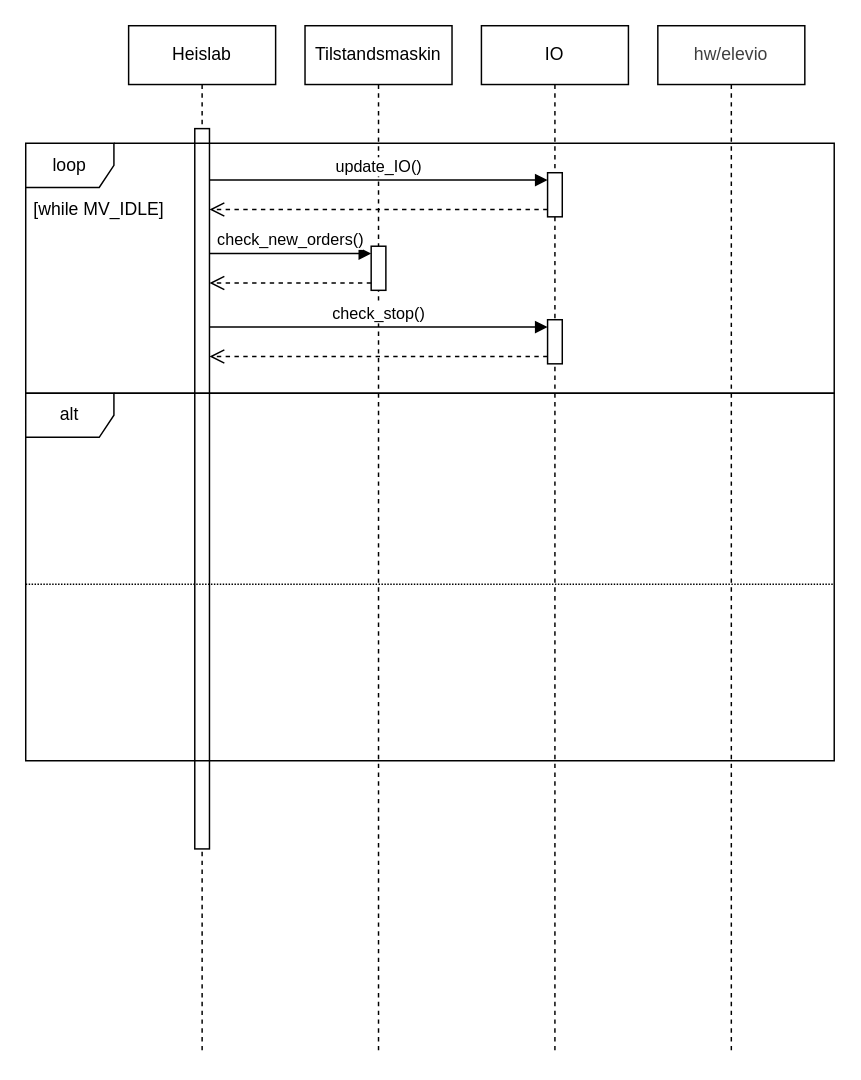
The draw.io diagram plans/sekvens_diagram_init.drawio in Wiacer/Heislab, before the edit. Source tidied: cells renumbered, new cells numbered last; positions are measured from the earlier drawing's top-left corner, leaving out a move shared by most shapes. Both pictures are drawn from the tidied source at 147%, with x=0, y=0 at pixel (25, 25).
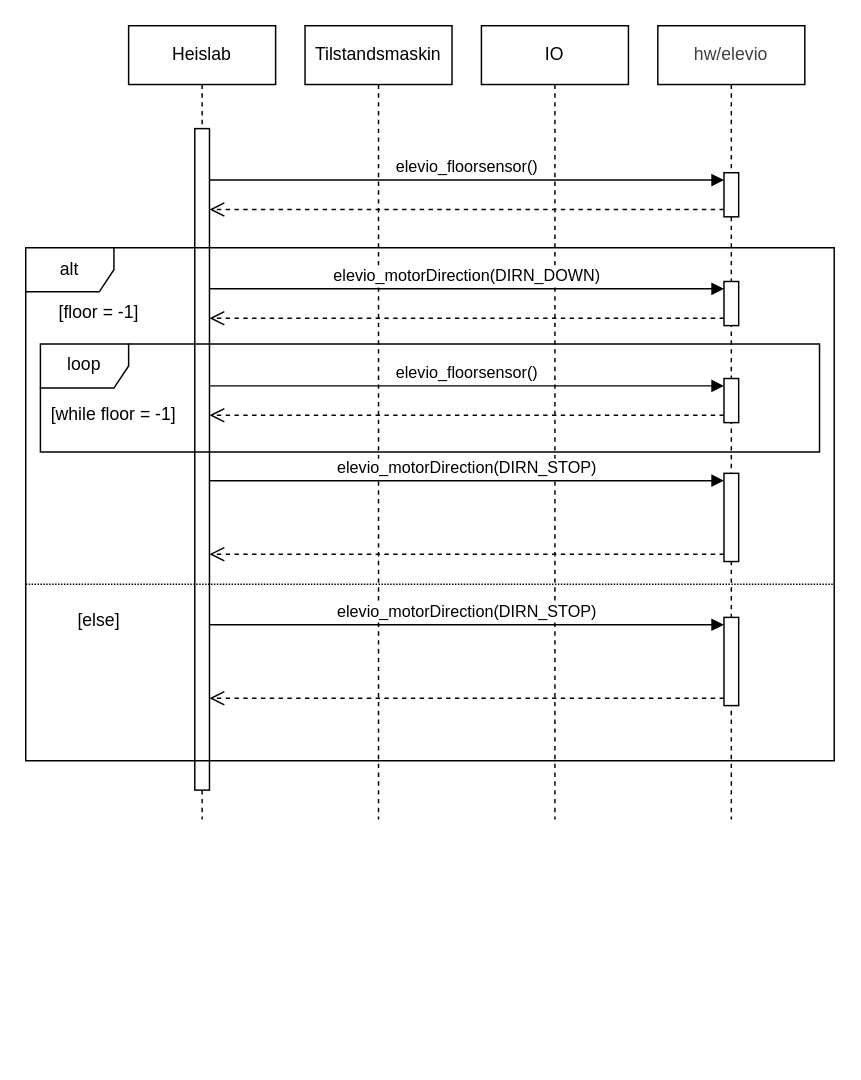
The same page after the edit.

Diff of the diagram source:
```diff
@@
     <mxCell id="2" value="Heislab" style="shape=umlLifeline;perimeter=lifelinePerimeter;whiteSpace=wrap;html=1;newEdgeStyle={&quot;curved&quot;:0,&quot;rounded&quot;:0};" parent="1" vertex="1">
-      <mxGeometry x="70" width="100" height="700" as="geometry" />
+      <mxGeometry x="70" width="100" height="540" as="geometry" />
     </mxCell>
     <mxCell id="3" style="html=1;points=[[0,0,0,0,5],[0,1,0,0,-5],[1,0,0,0,5],[1,1,0,0,-5]];perimeter=orthogonalPerimeter;outlineConnect=0;targetShapes=umlLifeline;portConstraint=eastwest;newEdgeStyle={&quot;curved&quot;:0,&quot;rounded&quot;:0};" parent="2" vertex="1">
-      <mxGeometry x="45" y="70" width="10" height="490" as="geometry" />
+      <mxGeometry x="45" y="70" width="10" height="450" as="geometry" />
     </mxCell>
     <mxCell id="4" value="Tilstandsmaskin" style="shape=umlLifeline;perimeter=lifelinePerimeter;whiteSpace=wrap;html=1;newEdgeStyle={&quot;curved&quot;:0,&quot;rounded&quot;:0};" parent="1" vertex="1">
-      <mxGeometry x="190" width="100" height="700" as="geometry" />
+      <mxGeometry x="190" width="100" height="540" as="geometry" />
     </mxCell>
     <mxCell id="5" value="IO" style="shape=umlLifeline;perimeter=lifelinePerimeter;whiteSpace=wrap;html=1;newEdgeStyle={&quot;curved&quot;:0,&quot;rounded&quot;:0};" parent="1" vertex="1">
-      <mxGeometry x="310" width="100" height="700" as="geometry" />
+      <mxGeometry x="310" width="100" height="540" as="geometry" />
     </mxCell>
+    <mxCell id="7" value="&lt;span style=&quot;color: rgb(63, 63, 63); scrollbar-color: rgb(226, 226, 226) rgb(251, 251, 251);&quot;&gt;hw/elevio&lt;/span&gt;" style="shape=umlLifeline;perimeter=lifelinePerimeter;whiteSpace=wrap;html=1;newEdgeStyle={&quot;curved&quot;:0,&quot;rounded&quot;:0};" parent="1" vertex="1">
+      <mxGeometry x="430" width="100" height="540" as="geometry" />
+    </mxCell>
-    <mxCell id="6" style="html=1;points=[[0,0,0,0,5],[0,1,0,0,-5],[1,0,0,0,5],[1,1,0,0,-5]];perimeter=orthogonalPerimeter;outlineConnect=0;targetShapes=umlLifeline;portConstraint=eastwest;newEdgeStyle={&quot;curved&quot;:0,&quot;rounded&quot;:0};" parent="5" vertex="1">
+    <mxCell id="6" style="html=1;points=[[0,0,0,0,5],[0,1,0,0,-5],[1,0,0,0,5],[1,1,0,0,-5]];perimeter=orthogonalPerimeter;outlineConnect=0;targetShapes=umlLifeline;portConstraint=eastwest;newEdgeStyle={&quot;curved&quot;:0,&quot;rounded&quot;:0};" parent="7" vertex="1">
       <mxGeometry x="45" y="100" width="10" height="30" as="geometry" />
     </mxCell>
-    <mxCell id="7" value="&lt;span style=&quot;color: rgb(63, 63, 63); scrollbar-color: rgb(226, 226, 226) rgb(251, 251, 251);&quot;&gt;hw/elevio&lt;/span&gt;" style="shape=umlLifeline;perimeter=lifelinePerimeter;whiteSpace=wrap;html=1;newEdgeStyle={&quot;curved&quot;:0,&quot;rounded&quot;:0};" parent="1" vertex="1">
-      <mxGeometry x="430" width="100" height="700" as="geometry" />
-    </mxCell>
-    <mxCell id="8" value="loop" style="shape=umlFrame;whiteSpace=wrap;html=1;" parent="1" vertex="1">
-      <mxGeometry y="80" width="550" height="170" as="geometry" />
-    </mxCell>
-    <mxCell id="9" value="[while MV_IDLE]" style="text;html=1;align=center;verticalAlign=middle;whiteSpace=wrap;rounded=0;" parent="1" vertex="1">
-      <mxGeometry y="110" width="100" height="30" as="geometry" />
+    <mxCell id="9" value="[floor = -1]" style="text;html=1;align=center;verticalAlign=middle;whiteSpace=wrap;rounded=0;" parent="1" vertex="1">
+      <mxGeometry y="180" width="100" height="30" as="geometry" />
     </mxCell>
@@
-    <mxCell id="11" value="update_IO()" style="html=1;verticalAlign=bottom;endArrow=block;curved=0;rounded=0;entryX=0;entryY=0;entryDx=0;entryDy=5;" parent="1" edge="1" source="3" target="6">
+    <mxCell id="11" value="elevio_floorsensor()" style="html=1;verticalAlign=bottom;endArrow=block;curved=0;rounded=0;entryX=0;entryY=0;entryDx=0;entryDy=5;" parent="1" edge="1" source="3" target="6">
       <mxGeometry relative="1" as="geometry" />
     </mxCell>
-    <mxCell id="12" style="html=1;points=[[0,0,0,0,5],[0,1,0,0,-5],[1,0,0,0,5],[1,1,0,0,-5]];perimeter=orthogonalPerimeter;outlineConnect=0;targetShapes=umlLifeline;portConstraint=eastwest;newEdgeStyle={&quot;curved&quot;:0,&quot;rounded&quot;:0};" parent="1" vertex="1">
-      <mxGeometry x="235" y="150" width="10" height="30" as="geometry" />
-    </mxCell>
-    <mxCell id="13" value="check_new_orders()" style="html=1;verticalAlign=bottom;endArrow=block;curved=0;rounded=0;entryX=0;entryY=0;entryDx=0;entryDy=5;" parent="1" edge="1" source="3" target="12">
-      <mxGeometry relative="1" as="geometry" />
-    </mxCell>
-    <mxCell id="14" style="html=1;verticalAlign=bottom;endArrow=open;dashed=1;endSize=8;curved=0;rounded=0;exitX=0;exitY=1;exitDx=0;exitDy=-5;" parent="1" edge="1" source="12" target="3">
-      <mxGeometry relative="1" as="geometry" />
-    </mxCell>
-    <mxCell id="15" style="html=1;points=[[0,0,0,0,5],[0,1,0,0,-5],[1,0,0,0,5],[1,1,0,0,-5]];perimeter=orthogonalPerimeter;outlineConnect=0;targetShapes=umlLifeline;portConstraint=eastwest;newEdgeStyle={&quot;curved&quot;:0,&quot;rounded&quot;:0};" parent="1" vertex="1">
-      <mxGeometry x="355" y="200" width="10" height="30" as="geometry" />
-    </mxCell>
-    <mxCell id="16" value="check_stop()" style="html=1;verticalAlign=bottom;endArrow=block;curved=0;rounded=0;entryX=0;entryY=0;entryDx=0;entryDy=5;" parent="1" edge="1" source="3" target="15">
-      <mxGeometry relative="1" as="geometry" />
-    </mxCell>
-    <mxCell id="17" style="html=1;verticalAlign=bottom;endArrow=open;dashed=1;endSize=8;curved=0;rounded=0;exitX=0;exitY=1;exitDx=0;exitDy=-5;" parent="1" edge="1" source="15" target="3">
-      <mxGeometry relative="1" as="geometry" />
-    </mxCell>
     <mxCell id="18" value="alt" style="shape=umlFrame;whiteSpace=wrap;html=1;" parent="1" vertex="1">
-      <mxGeometry y="250" width="550" height="250" as="geometry" />
+      <mxGeometry y="151" width="550" height="349" as="geometry" />
     </mxCell>
@@
+    <mxCell id="20" value="[else]" style="text;html=1;align=center;verticalAlign=middle;whiteSpace=wrap;rounded=0;" parent="1" vertex="1">
+      <mxGeometry y="390" width="100" height="30" as="geometry" />
+    </mxCell>
+    <mxCell id="21" style="html=1;points=[[0,0,0,0,5],[0,1,0,0,-5],[1,0,0,0,5],[1,1,0,0,-5]];perimeter=orthogonalPerimeter;outlineConnect=0;targetShapes=umlLifeline;portConstraint=eastwest;newEdgeStyle={&quot;curved&quot;:0,&quot;rounded&quot;:0};" parent="1" vertex="1">
+      <mxGeometry x="475" y="174" width="10" height="30" as="geometry" />
+    </mxCell>
+    <mxCell id="22" style="html=1;verticalAlign=bottom;endArrow=open;dashed=1;endSize=8;curved=0;rounded=0;exitX=0;exitY=1;exitDx=0;exitDy=-5;" parent="1" edge="1" source="21">
+      <mxGeometry relative="1" as="geometry">
+        <mxPoint x="125" y="199" as="targetPoint" />
+      </mxGeometry>
+    </mxCell>
+    <mxCell id="23" value="elevio_motorDirection(DIRN_DOWN)" style="html=1;verticalAlign=bottom;endArrow=block;curved=0;rounded=0;entryX=0;entryY=0;entryDx=0;entryDy=5;" parent="1" edge="1" target="21">
+      <mxGeometry relative="1" as="geometry">
+        <mxPoint x="125" y="179" as="sourcePoint" />
+      </mxGeometry>
+    </mxCell>
+    <mxCell id="8" value="loop" style="shape=umlFrame;whiteSpace=wrap;html=1;" parent="1" vertex="1">
+      <mxGeometry x="10" y="216.5" width="530" height="73.5" as="geometry" />
+    </mxCell>
+    <mxCell id="24" value="[while floor = -1]" style="text;html=1;align=center;verticalAlign=middle;whiteSpace=wrap;rounded=0;" parent="1" vertex="1">
+      <mxGeometry x="10" y="250" width="100" height="30" as="geometry" />
+    </mxCell>
+    <mxCell id="25" style="html=1;points=[[0,0,0,0,5],[0,1,0,0,-5],[1,0,0,0,5],[1,1,0,0,-5]];perimeter=orthogonalPerimeter;outlineConnect=0;targetShapes=umlLifeline;portConstraint=eastwest;newEdgeStyle={&quot;curved&quot;:0,&quot;rounded&quot;:0};" parent="1" vertex="1">
+      <mxGeometry x="475" y="240" width="10" height="30" as="geometry" />
+    </mxCell>
+    <mxCell id="26" style="html=1;verticalAlign=bottom;endArrow=open;dashed=1;endSize=8;curved=0;rounded=0;exitX=0;exitY=1;exitDx=0;exitDy=-5;" parent="1" edge="1" source="25">
+      <mxGeometry relative="1" as="geometry">
+        <mxPoint x="125" y="265" as="targetPoint" />
+      </mxGeometry>
+    </mxCell>
+    <mxCell id="27" value="elevio_floorsensor()" style="html=1;verticalAlign=bottom;endArrow=block;curved=0;rounded=0;entryX=0;entryY=0;entryDx=0;entryDy=5;" parent="1" edge="1" target="25">
+      <mxGeometry relative="1" as="geometry">
+        <mxPoint x="125" y="245" as="sourcePoint" />
+      </mxGeometry>
+    </mxCell>
+    <mxCell id="28" style="html=1;points=[[0,0,0,0,5],[0,1,0,0,-5],[1,0,0,0,5],[1,1,0,0,-5]];perimeter=orthogonalPerimeter;outlineConnect=0;targetShapes=umlLifeline;portConstraint=eastwest;newEdgeStyle={&quot;curved&quot;:0,&quot;rounded&quot;:0};" parent="1" vertex="1">
+      <mxGeometry x="475" y="304.5" width="10" height="60" as="geometry" />
+    </mxCell>
+    <mxCell id="29" value="elevio_motorDirection(DIRN_STOP)" style="html=1;verticalAlign=bottom;endArrow=block;curved=0;rounded=0;entryX=0;entryY=0;entryDx=0;entryDy=5;" parent="1" edge="1" target="28">
+      <mxGeometry relative="1" as="geometry">
+        <mxPoint x="125" y="309.5" as="sourcePoint" />
+      </mxGeometry>
+    </mxCell>
+    <mxCell id="30" style="html=1;verticalAlign=bottom;endArrow=open;dashed=1;endSize=8;curved=0;rounded=0;exitX=0;exitY=1;exitDx=0;exitDy=-5;" parent="1" edge="1" source="28">
+      <mxGeometry relative="1" as="geometry">
+        <mxPoint x="125" y="359.5" as="targetPoint" />
+      </mxGeometry>
+    </mxCell>
+    <mxCell id="31" style="html=1;points=[[0,0,0,0,5],[0,1,0,0,-5],[1,0,0,0,5],[1,1,0,0,-5]];perimeter=orthogonalPerimeter;outlineConnect=0;targetShapes=umlLifeline;portConstraint=eastwest;newEdgeStyle={&quot;curved&quot;:0,&quot;rounded&quot;:0};" parent="1" vertex="1">
+      <mxGeometry x="475" y="402.5" width="10" height="60" as="geometry" />
+    </mxCell>
+    <mxCell id="32" value="elevio_motorDirection(DIRN_STOP)" style="html=1;verticalAlign=bottom;endArrow=block;curved=0;rounded=0;entryX=0;entryY=0;entryDx=0;entryDy=5;" parent="1" edge="1" target="31">
+      <mxGeometry relative="1" as="geometry">
+        <mxPoint x="125" y="407.5" as="sourcePoint" />
+      </mxGeometry>
+    </mxCell>
+    <mxCell id="33" style="html=1;verticalAlign=bottom;endArrow=open;dashed=1;endSize=8;curved=0;rounded=0;exitX=0;exitY=1;exitDx=0;exitDy=-5;" parent="1" edge="1" source="31">
+      <mxGeometry relative="1" as="geometry">
+        <mxPoint x="125" y="457.5" as="targetPoint" />
+      </mxGeometry>
+    </mxCell>
```
